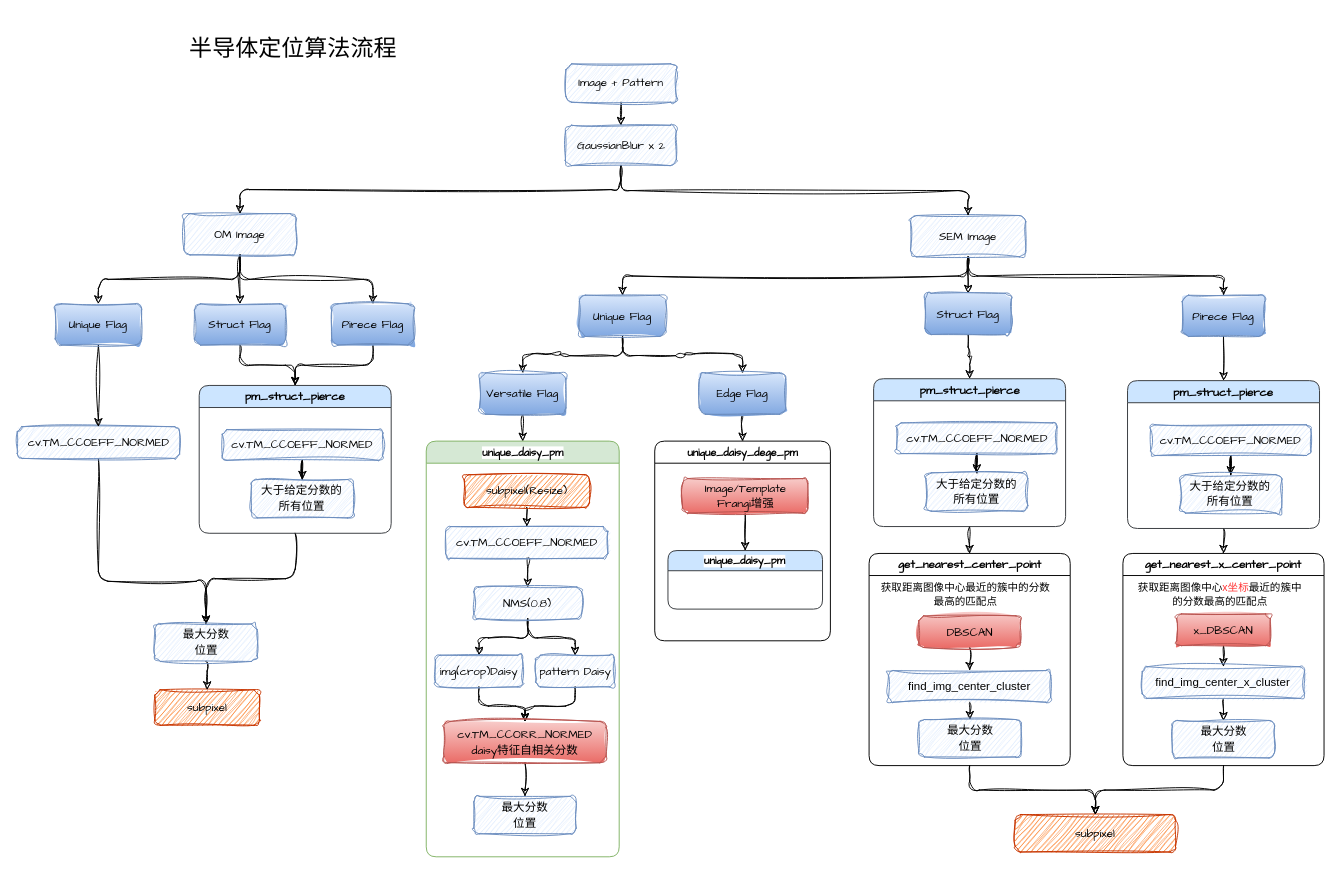
Earlier version of the draw.io diagram drawio_folder/标定.drawio (jinxianwei/drawio). Source tidied: cells renumbered, new cells numbered last; positions are measured from the earlier drawing's top-left corner, leaving out a move shared by most shapes. Both pictures are drawn from the tidied source at 96%, with x=0, y=0 at pixel (17, 16).
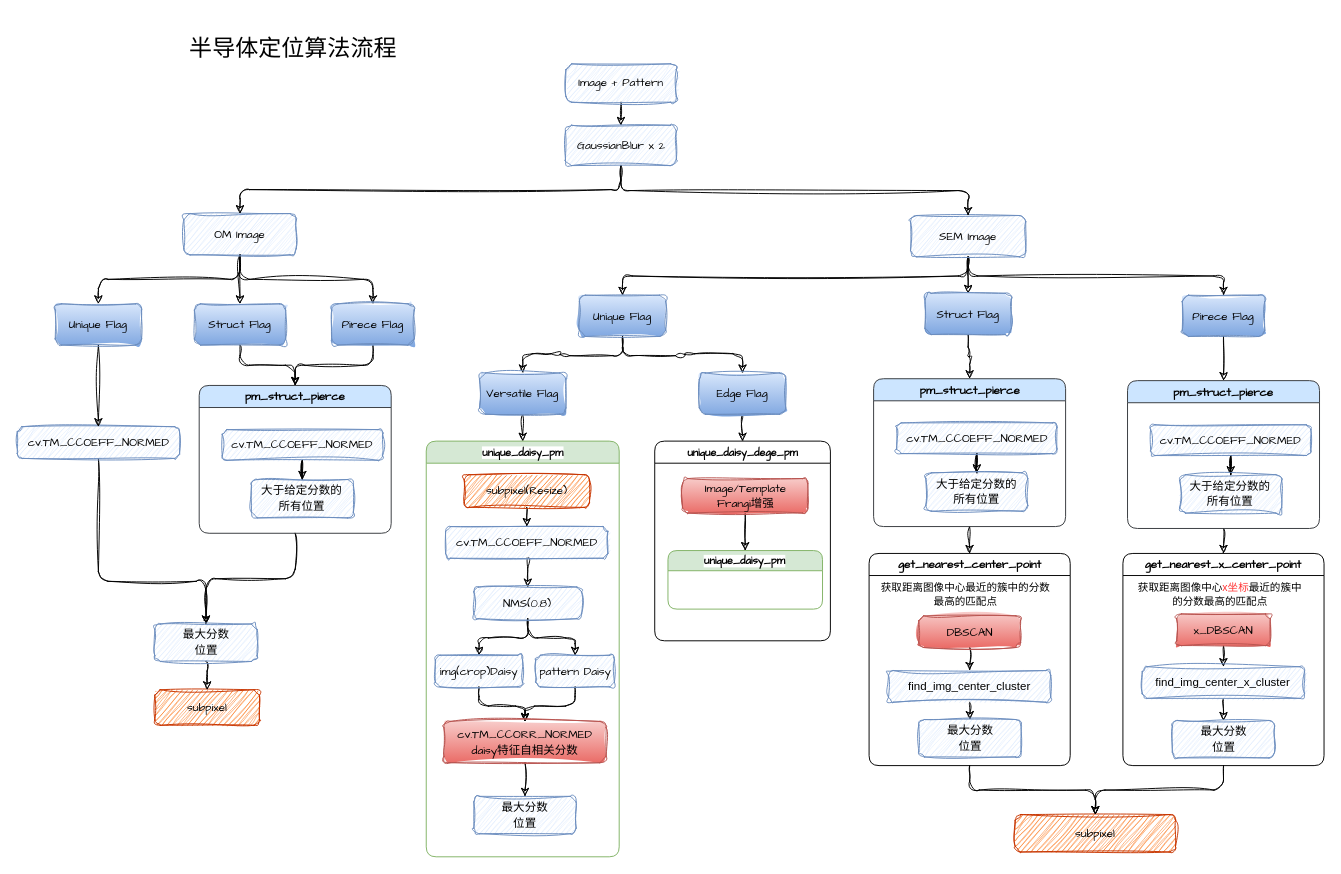
Above is the later version.

The change refers to these unchanged cells:
```xml
<mxCell id="52" value="&lt;font face=&quot;Comic Sans MS&quot;&gt;unique_daisy_dege_pm&lt;/font&gt;" style="swimlane;whiteSpace=wrap;html=1;rounded=1;shadow=0;glass=0;align=center;verticalAlign=middle;fontFamily=Helvetica;fontSize=11;labelBackgroundColor=default;" parent="1" vertex="1">
  <mxGeometry x="663.5" y="442" width="183" height="208" as="geometry" />
</mxCell>
```

What changed in the source:
```diff
@@
-    <mxCell id="55" value="&lt;span style=&quot;font-family: &amp;quot;Comic Sans MS&amp;quot;;&quot;&gt;unique_daisy_pm&lt;/span&gt;" style="swimlane;whiteSpace=wrap;html=1;rounded=1;shadow=0;glass=0;align=center;verticalAlign=middle;fontFamily=Helvetica;fontSize=11;labelBackgroundColor=default;startSize=21;fillColor=#cce5ff;strokeColor=#36393d;" parent="52" vertex="1">
+    <mxCell id="55" value="&lt;span style=&quot;font-family: &amp;quot;Comic Sans MS&amp;quot;;&quot;&gt;unique_daisy_pm&lt;/span&gt;" style="swimlane;whiteSpace=wrap;html=1;rounded=1;shadow=0;glass=0;align=center;verticalAlign=middle;fontFamily=Helvetica;fontSize=11;labelBackgroundColor=default;startSize=21;fillColor=#d5e8d4;strokeColor=#82b366;" parent="52" vertex="1">
       <mxGeometry x="13.8" y="114" width="161" height="61" as="geometry" />
     </mxCell>
```
